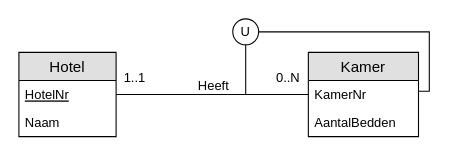
Before: workshops/02 - Zwakke Entiteiten/solutions/exercise-1.drawio in HOGENT-Databases/DB1-Workshops, a draw.io diagram. Source tidied: cells renumbered, new cells numbered last; positions are measured from the earlier drawing's top-left corner, leaving out a move shared by most shapes. Both pictures are drawn from the tidied source at 108%, with x=0, y=0 at pixel (18, 18).
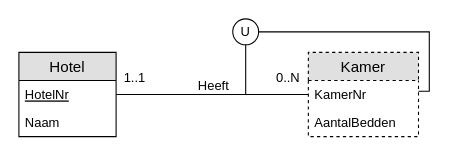
The same diagram, later.

Commit message (it also covers changes not shown here):
Dotted lines

Diff of the diagram source:
```diff
@@
 <mxGraphModel>
   <root>
     <mxCell id="0" />
     <mxCell id="1" parent="0" />
     <mxCell id="2" style="edgeStyle=orthogonalEdgeStyle;fontSize=12;html=1;endArrow=none;jumpSize=6;strokeWidth=1;endFill=0;rounded=0;jumpStyle=none;" parent="1" edge="1" source="9" target="6">
       <mxGeometry relative="1" as="geometry" />
     </mxCell>
     <mxCell id="3" value="Heeft" style="text;html=1;align=center;verticalAlign=bottom;labelBackgroundColor=#ffffff;" parent="2" vertex="1">
       <mxGeometry x="-0.03" y="-2" relative="1" as="geometry">
         <mxPoint x="3.5" y="-2" as="offset" />
       </mxGeometry>
     </mxCell>
     <mxCell id="4" value="1..1" style="text;html=1;align=center;verticalAlign=middle;labelBackgroundColor=#ffffff;" parent="2" vertex="1">
       <mxGeometry x="-0.88" y="-1" relative="1" as="geometry">
         <mxPoint x="5" y="-17" as="offset" />
       </mxGeometry>
     </mxCell>
     <mxCell id="5" value="0..N" style="text;html=1;align=center;verticalAlign=middle;labelBackgroundColor=#ffffff;" parent="2" vertex="1">
       <mxGeometry x="0.83" y="1" relative="1" as="geometry">
         <mxPoint x="-5" y="-15" as="offset" />
       </mxGeometry>
     </mxCell>
-    <mxCell id="6" value="Kamer" style="swimlane;fontStyle=0;horizontal=1;startSize=26;fillColor=#e0e0e0;swimlaneFillColor=#ffffff;align=center;fontSize=14;html=0;" parent="1" vertex="1">
+    <mxCell id="6" value="Kamer" style="swimlane;fontStyle=0;horizontal=1;startSize=26;fillColor=#e0e0e0;swimlaneFillColor=#ffffff;align=center;fontSize=14;html=0;dashed=1;" parent="1" vertex="1">
       <mxGeometry x="268" y="31" width="102" height="78" as="geometry" />
     </mxCell>
     <mxCell id="7" value="KamerNr" style="text;strokeColor=none;fillColor=none;spacingLeft=4;spacingRight=4;overflow=hidden;points=[[0,0.5],[1,0.5]];portConstraint=eastwest;fontSize=12;fontStyle=0;rounded=0;verticalAlign=top;" parent="6" vertex="1">
       <mxGeometry y="26" width="102" height="26" as="geometry" />
     </mxCell>
     <mxCell id="8" value="AantalBedden" style="text;strokeColor=none;fillColor=none;spacingLeft=4;spacingRight=4;overflow=hidden;fontSize=12;" parent="6" vertex="1">
       <mxGeometry y="52" width="102" height="26" as="geometry" />
     </mxCell>
     <mxCell id="9" value="Hotel" style="swimlane;fontStyle=0;horizontal=1;startSize=26;fillColor=#e0e0e0;swimlaneFillColor=#ffffff;align=center;fontSize=14;html=0;" parent="1" vertex="1">
       <mxGeometry y="31" width="90" height="78" as="geometry" />
     </mxCell>
     <mxCell id="10" value="HotelNr" style="text;strokeColor=none;fillColor=none;spacingLeft=4;spacingRight=4;overflow=hidden;fontSize=12;fontStyle=4;" parent="9" vertex="1">
       <mxGeometry y="26" width="90" height="26" as="geometry" />
     </mxCell>
     <mxCell id="11" value="Naam" style="text;strokeColor=none;fillColor=none;spacingLeft=4;spacingRight=4;overflow=hidden;fontSize=12;" parent="9" vertex="1">
       <mxGeometry y="52" width="90" height="26" as="geometry" />
     </mxCell>
     <mxCell id="12" value="U" style="ellipse;whiteSpace=wrap;html=1;strokeColor=#000000;align=center;" parent="1" vertex="1">
       <mxGeometry x="198" width="24" height="24" as="geometry" />
     </mxCell>
     <mxCell id="13" style="endArrow=none;html=1;strokeWidth=1;entryX=1;entryY=0.5;entryDx=0;entryDy=0;rounded=0;edgeStyle=orthogonalEdgeStyle;" parent="1" edge="1" source="7" target="12">
       <mxGeometry relative="1" as="geometry">
         <Array as="points">
           <mxPoint x="380" y="67" />
           <mxPoint x="380" y="12" />
         </Array>
       </mxGeometry>
     </mxCell>
     <mxCell id="14" style="endArrow=none;html=1;strokeWidth=1;entryX=0.5;entryY=1;entryDx=0;entryDy=0;" parent="1" edge="1" target="12">
       <mxGeometry relative="1" as="geometry">
         <mxPoint x="210" y="70" as="sourcePoint" />
       </mxGeometry>
     </mxCell>
   </root>
 </mxGraphModel>
```
